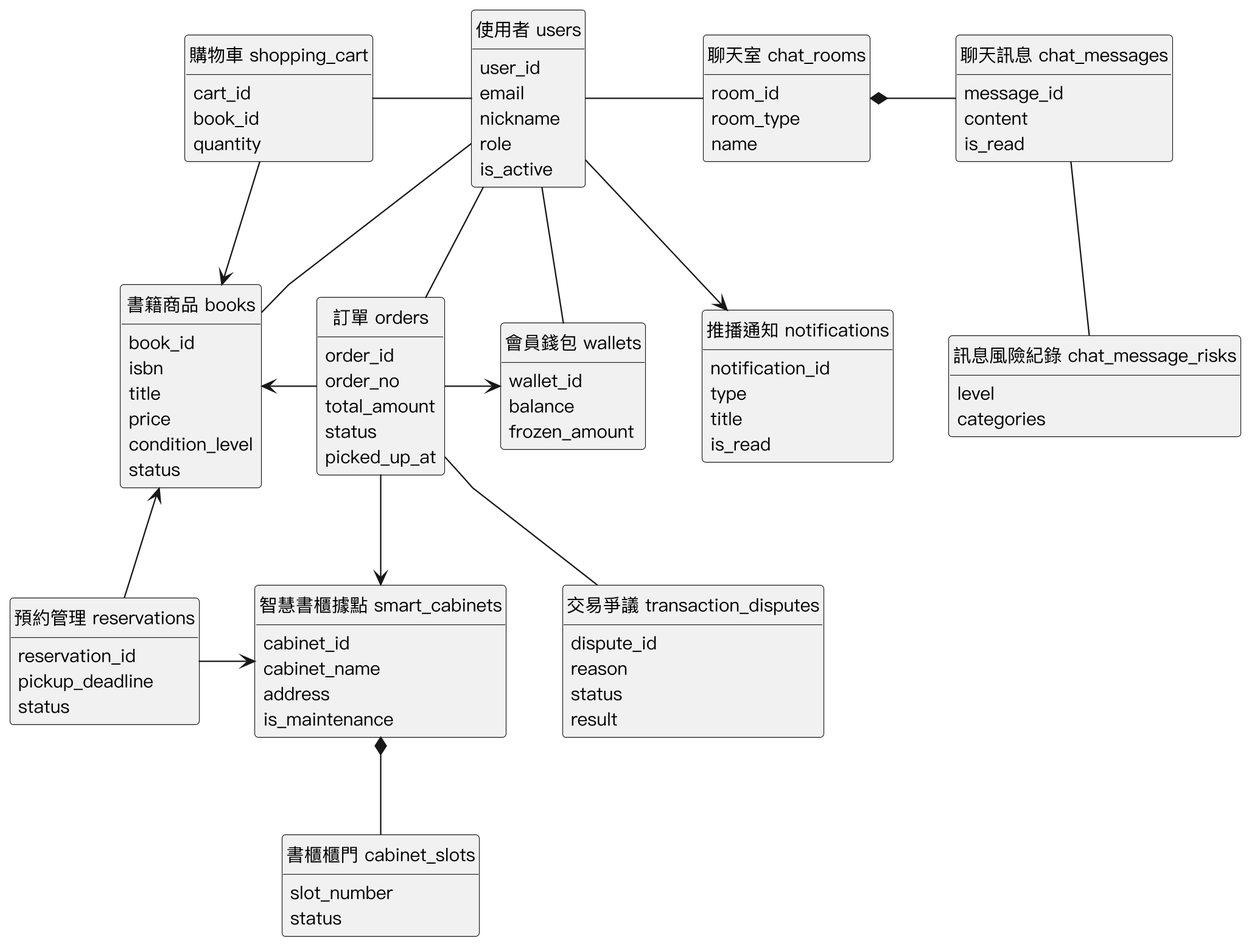
SaveMyBook/SaveMyBook keeps this PlantUML diagram as Diagrams/Analysis Class Diagram/v3/analysis_class.png. Above is the earlier version.
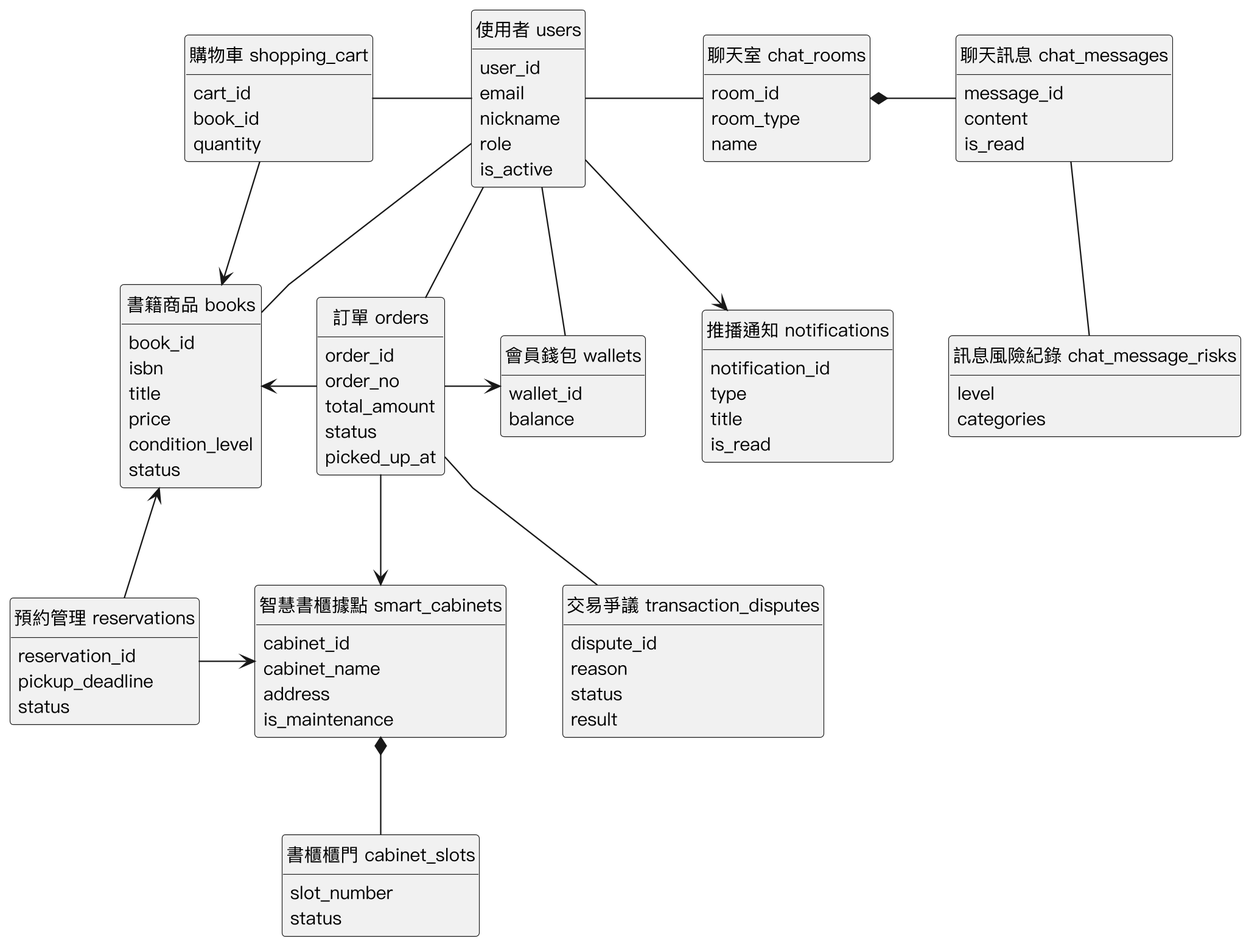
After the commit.

What changed in the source:
```diff
@@ -21,8 +21,7 @@
 class "會員錢包 wallets" as wallets {
   wallet_id
   balance
-  frozen_amount
-}
+  }
 class "書籍商品 books" as books {
   book_id
   isbn
```
